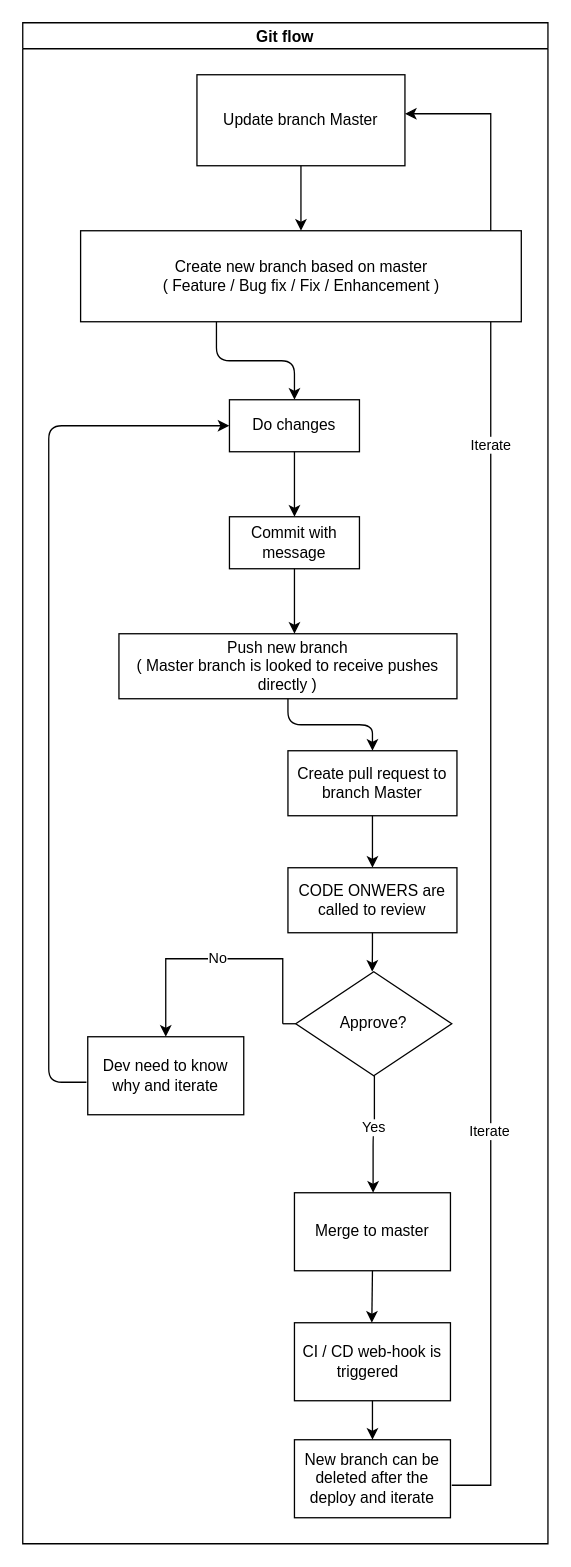
This is public/images/diagrams/git.drawio from jfgomes/site-jgomes, a draw.io file, before an edit. Source tidied: cells renumbered, new cells numbered last; positions are measured from the earlier drawing's top-left corner, leaving out a move shared by most shapes. Both pictures are drawn from the tidied source at 130%, with x=0, y=0 at pixel (22, 22).
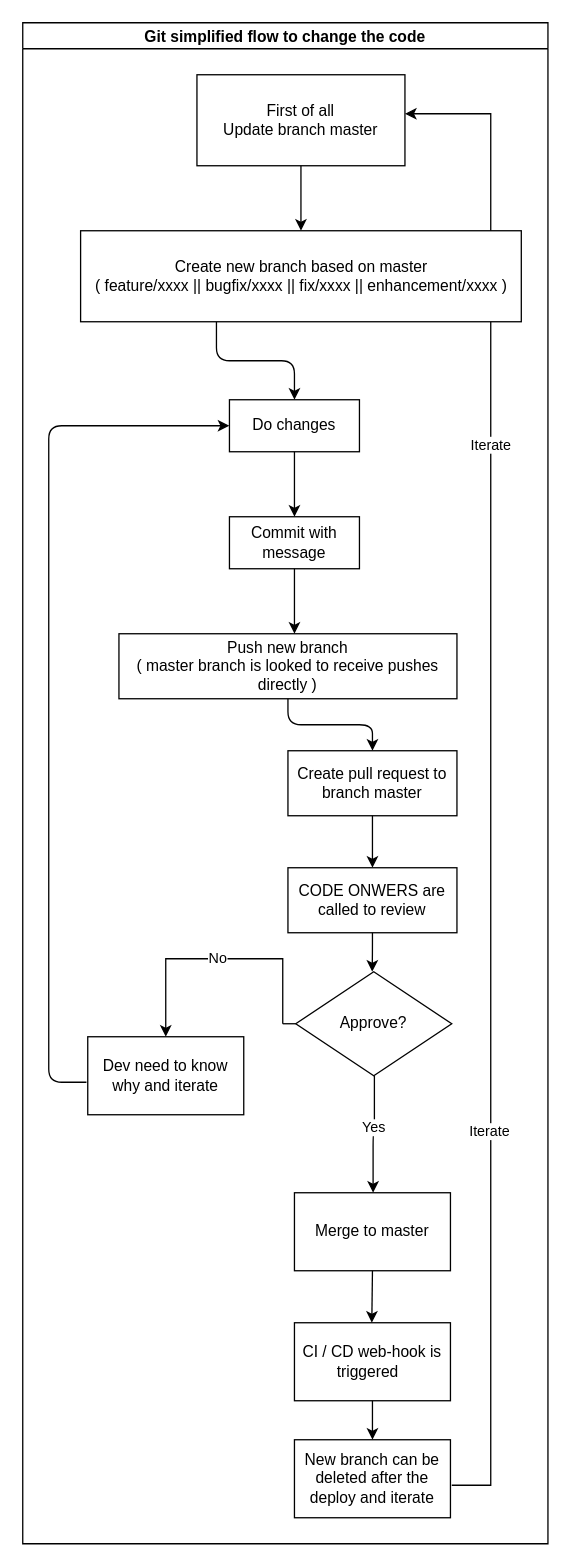
After the change.

Change to the diagram source:
```diff
@@
-    <mxCell id="2" value="Git flow" style="swimlane;startSize=20;horizontal=1;horizontalTree=0;containerType=tree;fontSize=12;" parent="1" vertex="1">
+    <mxCell id="2" value="Git simplified flow to change the code" style="swimlane;startSize=20;horizontal=1;horizontalTree=0;containerType=tree;fontSize=12;" parent="1" vertex="1">
       <mxGeometry width="404" height="1170" as="geometry" />
     </mxCell>
-    <mxCell id="3" value="Update branch Master" style="whiteSpace=wrap;html=1;" parent="2" vertex="1">
+    <mxCell id="3" value="First of all&lt;br&gt;Update branch master" style="whiteSpace=wrap;html=1;" parent="2" vertex="1">
       <mxGeometry x="134" y="40" width="160" height="70" as="geometry" />
     </mxCell>
@@
-    <mxCell id="7" value="Push new branch&lt;br&gt;( Master branch is looked to receive pushes directly )" style="whiteSpace=wrap;html=1;" parent="2" vertex="1">
+    <mxCell id="7" value="Push new branch&lt;br&gt;( master branch is looked to receive pushes directly )" style="whiteSpace=wrap;html=1;" parent="2" vertex="1">
       <mxGeometry x="74" y="470" width="260" height="50" as="geometry" />
     </mxCell>
@@
-    <mxCell id="11" value="Create pull request to branch Master" style="whiteSpace=wrap;html=1;" parent="2" vertex="1">
+    <mxCell id="11" value="Create pull request to branch master" style="whiteSpace=wrap;html=1;" parent="2" vertex="1">
       <mxGeometry x="204" y="560" width="130" height="50" as="geometry" />
     </mxCell>
@@
-    <mxCell id="31" value="Create new branch based on master&lt;br&gt;( Feature / Bug fix / Fix / Enhancement )" style="whiteSpace=wrap;html=1;" parent="2" vertex="1">
+    <mxCell id="31" value="Create new branch based on master&lt;br&gt;( feature/xxxx || bugfix/xxxx || fix/xxxx || enhancement/xxxx )" style="whiteSpace=wrap;html=1;" parent="2" vertex="1">
       <mxGeometry x="44.5" y="160" width="339" height="70" as="geometry" />
     </mxCell>
```
